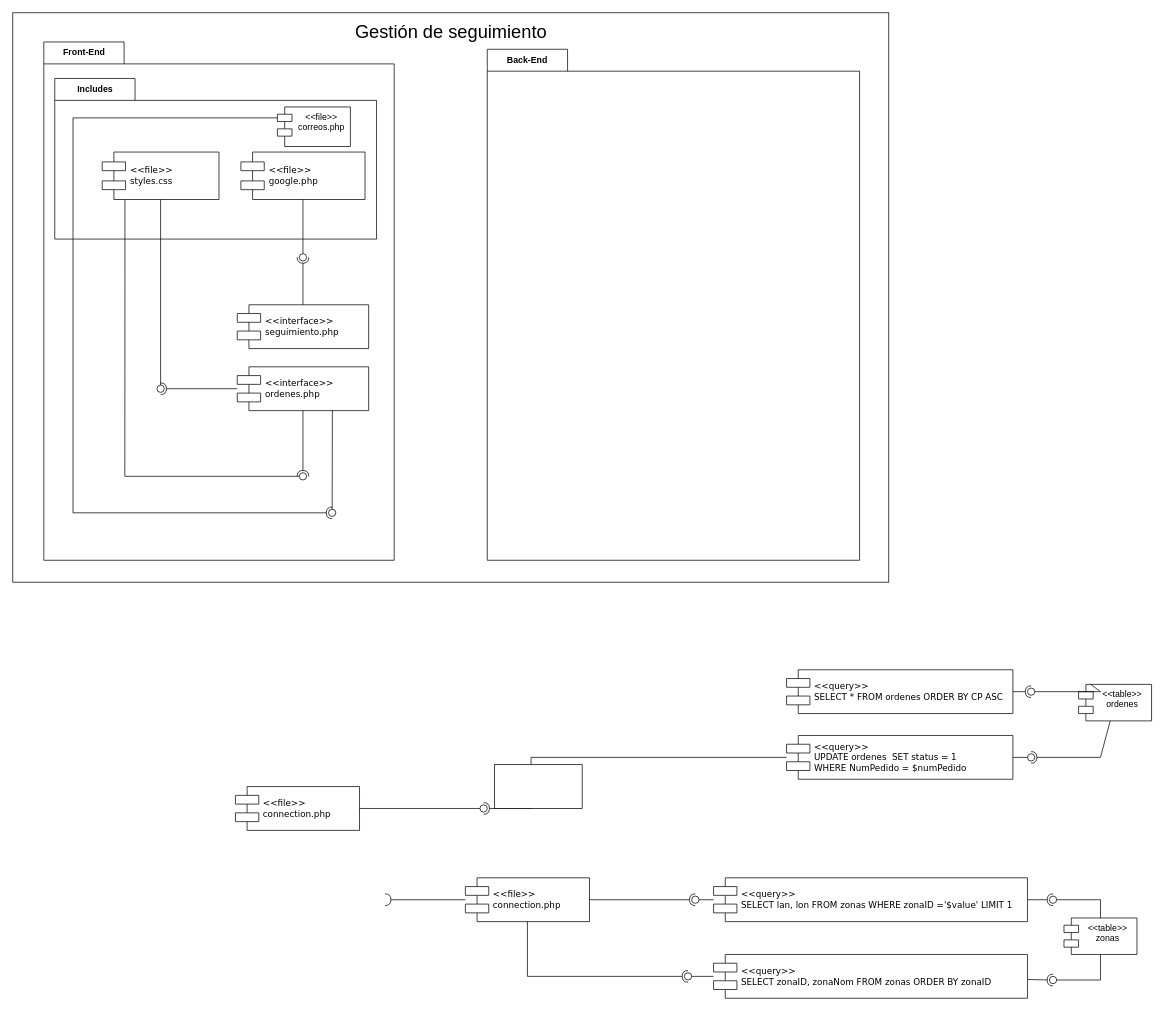
This is Diagramas/DiagramaComponentes.drawio from JorgeADnro/Torres, a draw.io file, before an edit. Source tidied: cells renumbered, new cells numbered last; positions are measured from the earlier drawing's top-left corner, leaving out a move shared by most shapes. Both pictures are drawn from the tidied source at 73%, with x=0, y=0 at pixel (12, 12).
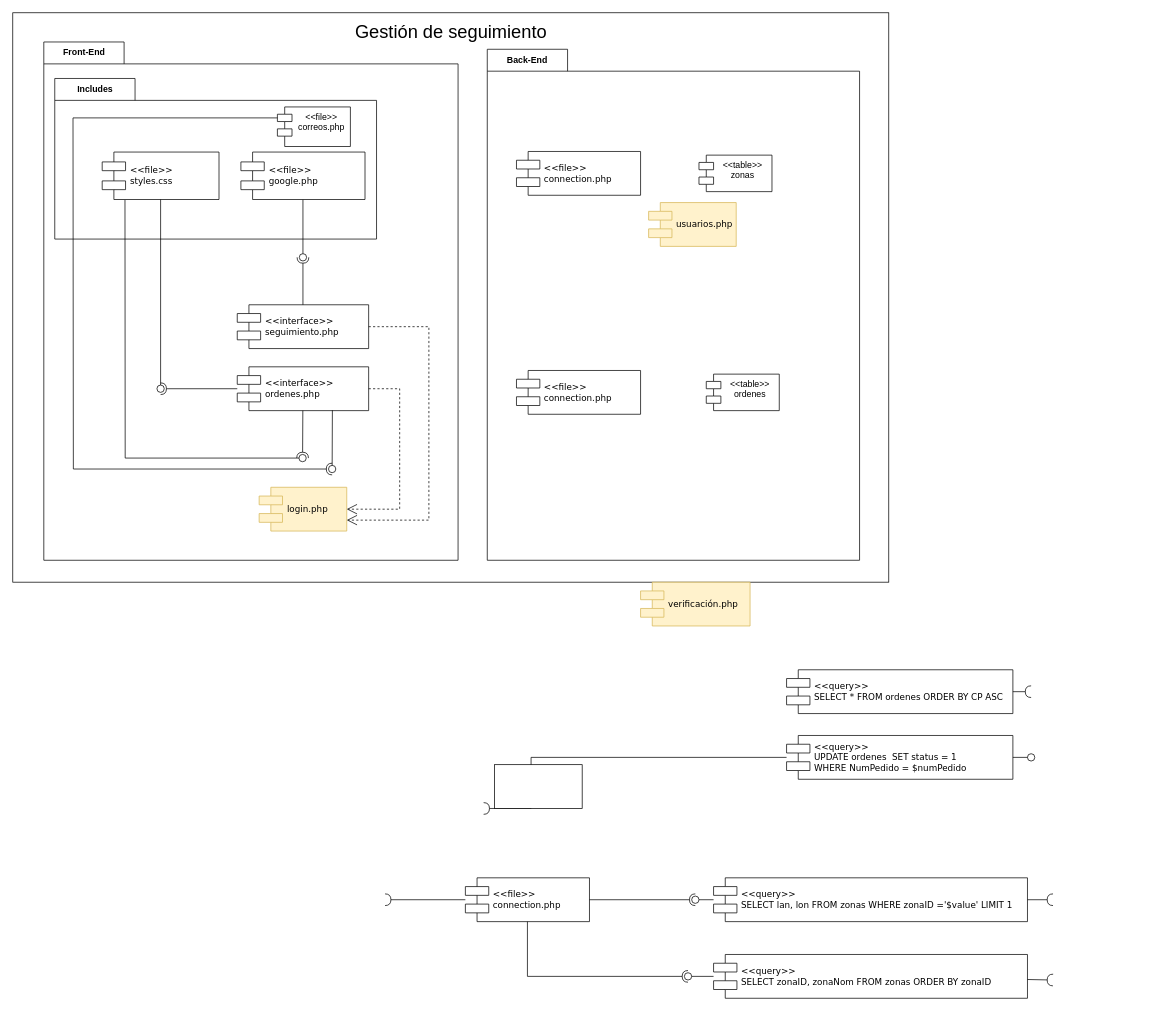
The same page after the edit.

Unchanged cells that the change refers to:
```xml
<mxCell id="15" style="ellipse;whiteSpace=wrap;html=1;align=center;fillColor=none;strokeColor=none;perimeter=centerPerimeter;points=[];outlineConnect=1;" parent="1" vertex="1">
  <mxGeometry x="640" y="1085" width="10" height="10" as="geometry" />
</mxCell>
<mxCell id="19" style="ellipse;whiteSpace=wrap;html=1;align=center;fillColor=none;strokeColor=none;perimeter=centerPerimeter;points=[];outlineConnect=1;" parent="1" vertex="1">
  <mxGeometry x="1390" y="1015" width="10" height="10" as="geometry" />
</mxCell>
<mxCell id="22" style="ellipse;whiteSpace=wrap;html=1;align=center;fillColor=none;strokeColor=none;perimeter=centerPerimeter;points=[];outlineConnect=1;" parent="1" vertex="1">
  <mxGeometry x="1390" y="925" width="10" height="10" as="geometry" />
</mxCell>
<mxCell id="38" style="ellipse;whiteSpace=wrap;html=1;align=center;fillColor=none;strokeColor=none;perimeter=centerPerimeter;points=[];outlineConnect=1;" parent="1" vertex="1">
  <mxGeometry x="1420" y="1210" width="10" height="10" as="geometry" />
</mxCell>
<mxCell id="41" style="ellipse;whiteSpace=wrap;html=1;align=center;fillColor=none;strokeColor=none;perimeter=centerPerimeter;points=[];outlineConnect=1;" parent="1" vertex="1">
  <mxGeometry x="1420" y="1320" width="10" height="10" as="geometry" />
</mxCell>
<mxCell id="46" value="&amp;lt;&amp;lt;interface&amp;gt;&amp;gt;&lt;br&gt;ordenes.php" style="shape=component;align=left;spacingLeft=36;rounded=0;shadow=0;comic=0;labelBackgroundColor=none;strokeWidth=1;fontFamily=Verdana;fontSize=12;html=1;" parent="1" vertex="1">
  <mxGeometry x="307.5" y="485" width="180" height="60" as="geometry" />
</mxCell>
<mxCell id="48" value="&amp;lt;&amp;lt;interface&amp;gt;&amp;gt;&lt;br&gt;seguimiento.php" style="shape=component;align=left;spacingLeft=36;rounded=0;shadow=0;comic=0;labelBackgroundColor=none;strokeWidth=1;fontFamily=Verdana;fontSize=12;html=1;" parent="1" vertex="1">
  <mxGeometry x="307.5" y="400" width="180" height="60" as="geometry" />
</mxCell>
<mxCell id="52" style="ellipse;whiteSpace=wrap;html=1;align=center;fillColor=none;strokeColor=none;perimeter=centerPerimeter;points=[];outlineConnect=1;" parent="1" vertex="1">
  <mxGeometry x="392.5" y="630" width="10" height="10" as="geometry" />
</mxCell>
<mxCell id="54" style="ellipse;whiteSpace=wrap;html=1;align=center;fillColor=none;strokeColor=none;perimeter=centerPerimeter;points=[];outlineConnect=1;" parent="1" vertex="1">
  <mxGeometry x="392.5" y="330" width="10" height="10" as="geometry" />
</mxCell>
<mxCell id="57" value="&amp;lt;&amp;lt;file&amp;gt;&amp;gt;&lt;br&gt;styles.css" style="shape=component;align=left;spacingLeft=36;rounded=0;shadow=0;comic=0;labelBackgroundColor=none;strokeWidth=1;fontFamily=Verdana;fontSize=12;html=1;" parent="1" vertex="1">
  <mxGeometry x="122.5" y="190.8" width="160" height="65" as="geometry" />
</mxCell>
<mxCell id="60" value="&amp;lt;&amp;lt;file&amp;gt;&amp;gt;&lt;br&gt;correos.php" style="shape=module;align=left;spacingLeft=20;align=center;verticalAlign=top;whiteSpace=wrap;html=1;" parent="1" vertex="1">
  <mxGeometry x="362.5" y="129" width="100" height="54.2" as="geometry" />
</mxCell>
<mxCell id="64" value="Back-End" style="shape=folder;fontStyle=1;tabWidth=110;tabHeight=30;tabPosition=left;html=1;boundedLbl=1;labelInHeader=1;whiteSpace=wrap;" parent="1" vertex="1">
  <mxGeometry x="650" y="50" width="510" height="700" as="geometry" />
</mxCell>
```

What changed in the source:
```diff
@@
-    <mxCell id="6" value="&amp;lt;&amp;lt;file&amp;gt;&amp;gt;&lt;br&gt;connection.php" style="shape=component;align=left;spacingLeft=36;rounded=0;shadow=0;comic=0;labelBackgroundColor=none;strokeWidth=1;fontFamily=Verdana;fontSize=12;html=1;" parent="1" vertex="1">
-      <mxGeometry x="305" y="1060" width="170" height="60" as="geometry" />
-    </mxCell>
@@
-    <mxCell id="14" style="rounded=0;jettySize=auto;html=1;endArrow=oval;endFill=0;sketch=0;sourcePerimeterSpacing=0;targetPerimeterSpacing=0;endSize=10;" parent="1" edge="1" source="6" target="15">
-      <mxGeometry relative="1" as="geometry" />
-    </mxCell>
@@
-    <mxCell id="16" value="&amp;lt;&amp;lt;table&amp;gt;&amp;gt;&lt;br&gt;ordenes&lt;br&gt;" style="shape=module;align=left;spacingLeft=20;align=center;verticalAlign=top;whiteSpace=wrap;html=1;" parent="1" vertex="1">
-      <mxGeometry x="1460" y="920" width="100" height="50" as="geometry" />
-    </mxCell>
-    <mxCell id="17" style="rounded=0;jettySize=auto;html=1;endArrow=halfCircle;endFill=0;endSize=6;strokeWidth=1;sketch=0;" parent="1" edge="1" source="16" target="19">
-      <mxGeometry relative="1" as="geometry">
-        <Array as="points">
-          <mxPoint x="1490" y="1020" />
-        </Array>
-      </mxGeometry>
-    </mxCell>
@@
-    <mxCell id="21" style="rounded=0;jettySize=auto;html=1;endArrow=oval;endFill=0;sketch=0;sourcePerimeterSpacing=0;targetPerimeterSpacing=0;endSize=10;" parent="1" edge="1" source="16" target="22">
-      <mxGeometry relative="1" as="geometry">
-        <Array as="points">
-          <mxPoint x="1490" y="930" />
-        </Array>
-      </mxGeometry>
-    </mxCell>
@@
-    <mxCell id="29" value="&amp;lt;&amp;lt;table&amp;gt;&amp;gt;&lt;br&gt;zonas" style="shape=module;align=left;spacingLeft=20;align=center;verticalAlign=top;whiteSpace=wrap;html=1;" parent="1" vertex="1">
-      <mxGeometry x="1440" y="1240" width="100" height="50" as="geometry" />
-    </mxCell>
@@
-    <mxCell id="37" style="rounded=0;jettySize=auto;html=1;endArrow=oval;endFill=0;sketch=0;sourcePerimeterSpacing=0;targetPerimeterSpacing=0;endSize=10;" parent="1" edge="1" source="29" target="38">
-      <mxGeometry relative="1" as="geometry">
-        <Array as="points">
-          <mxPoint x="1490" y="1215" />
-        </Array>
-      </mxGeometry>
-    </mxCell>
@@
-    <mxCell id="40" style="rounded=0;jettySize=auto;html=1;endArrow=oval;endFill=0;sketch=0;sourcePerimeterSpacing=0;targetPerimeterSpacing=0;endSize=10;" parent="1" edge="1" source="29" target="41">
-      <mxGeometry relative="1" as="geometry">
-        <Array as="points">
-          <mxPoint x="1490" y="1325" />
-        </Array>
-      </mxGeometry>
-    </mxCell>
@@
     <mxCell id="44" value="Front-End" style="shape=folder;fontStyle=1;tabWidth=110;tabHeight=30;tabPosition=left;html=1;boundedLbl=1;labelInHeader=1;whiteSpace=wrap;" parent="1" vertex="1">
-      <mxGeometry x="42.5" y="40" width="480" height="710" as="geometry" />
+      <mxGeometry x="42.5" y="40" width="567.5" height="710" as="geometry" />
     </mxCell>
@@
-    <mxCell id="51" style="rounded=0;jettySize=auto;html=1;endArrow=halfCircle;endFill=0;endSize=6;strokeWidth=1;sketch=0;" parent="1" edge="1" source="46" target="52">
-      <mxGeometry relative="1" as="geometry" />
+    <mxCell id="51" style="rounded=0;jettySize=auto;html=1;endArrow=halfCircle;endFill=0;endSize=6;strokeWidth=1;sketch=0;" parent="1" edge="1" source="46">
+      <mxGeometry relative="1" as="geometry">
+        <mxPoint x="397" y="610" as="targetPoint" />
+      </mxGeometry>
     </mxCell>
@@
     <mxCell id="56" style="ellipse;whiteSpace=wrap;html=1;align=center;fillColor=none;strokeColor=none;perimeter=centerPerimeter;points=[];outlineConnect=1;" parent="1" vertex="1">
-      <mxGeometry x="432.5" y="680" width="10" height="10" as="geometry" />
+      <mxGeometry x="432.5" y="620" width="10" height="10" as="geometry" />
     </mxCell>
@@
-    <mxCell id="59" style="rounded=0;jettySize=auto;html=1;endArrow=oval;endFill=0;sketch=0;sourcePerimeterSpacing=0;targetPerimeterSpacing=0;endSize=10;exitX=0.195;exitY=1.009;exitDx=0;exitDy=0;exitPerimeter=0;" parent="1" edge="1" source="57" target="52">
+    <mxCell id="59" style="rounded=0;jettySize=auto;html=1;endArrow=oval;endFill=0;sketch=0;sourcePerimeterSpacing=0;targetPerimeterSpacing=0;endSize=10;exitX=0.195;exitY=1.009;exitDx=0;exitDy=0;exitPerimeter=0;" parent="1" edge="1" source="57">
       <mxGeometry relative="1" as="geometry">
+        <mxPoint x="397" y="610" as="targetPoint" />
         <Array as="points">
-          <mxPoint x="153.5" y="635" />
+          <mxPoint x="154" y="610" />
         </Array>
       </mxGeometry>
     </mxCell>
@@
-    <mxCell id="61" style="rounded=0;jettySize=auto;html=1;endArrow=halfCircle;endFill=0;endSize=6;strokeWidth=1;sketch=0;exitX=0;exitY=0;exitDx=0;exitDy=15;exitPerimeter=0;" parent="1" edge="1" source="60" target="56">
+    <mxCell id="61" style="rounded=0;jettySize=auto;html=1;endArrow=halfCircle;endFill=0;endSize=6;strokeWidth=1;sketch=0;exitX=0;exitY=0;exitDx=0;exitDy=15;exitPerimeter=0;entryX=0.463;entryY=-0.238;entryDx=0;entryDy=0;entryPerimeter=0;" parent="1" edge="1" source="60" target="56">
       <mxGeometry relative="1" as="geometry">
         <Array as="points">
           <mxPoint x="82.5" y="144" />
-          <mxPoint x="82.5" y="685" />
+          <mxPoint x="83" y="625" />
         </Array>
       </mxGeometry>
     </mxCell>
-    <mxCell id="62" value="&amp;lt;&amp;lt;file&amp;gt;&amp;gt;&lt;br&gt;google.php" style="shape=component;align=left;spacingLeft=36;rounded=0;shadow=0;comic=0;labelBackgroundColor=none;strokeWidth=1;fontFamily=Verdana;fontSize=12;html=1;" parent="1" vertex="1">
-      <mxGeometry x="312.5" y="190.8" width="170" height="65" as="geometry" />
-    </mxCell>
-    <mxCell id="63" style="rounded=0;jettySize=auto;html=1;endArrow=oval;endFill=0;sketch=0;sourcePerimeterSpacing=0;targetPerimeterSpacing=0;endSize=10;" parent="1" edge="1" source="62" target="54">
-      <mxGeometry relative="1" as="geometry" />
-    </mxCell>
@@
+    <mxCell id="6" value="&amp;lt;&amp;lt;file&amp;gt;&amp;gt;&lt;br&gt;connection.php" style="shape=component;align=left;spacingLeft=36;rounded=0;shadow=0;comic=0;labelBackgroundColor=none;strokeWidth=1;fontFamily=Verdana;fontSize=12;html=1;" parent="64" vertex="1">
+      <mxGeometry x="40" y="140" width="170" height="60" as="geometry" />
+    </mxCell>
+    <mxCell id="16" value="&amp;lt;&amp;lt;table&amp;gt;&amp;gt;&lt;br&gt;ordenes&lt;br&gt;" style="shape=module;align=left;spacingLeft=20;align=center;verticalAlign=top;whiteSpace=wrap;html=1;" parent="64" vertex="1">
+      <mxGeometry x="300" y="445" width="100" height="50" as="geometry" />
+    </mxCell>
+    <mxCell id="29" value="&amp;lt;&amp;lt;table&amp;gt;&amp;gt;&lt;br&gt;zonas" style="shape=module;align=left;spacingLeft=20;align=center;verticalAlign=top;whiteSpace=wrap;html=1;" parent="64" vertex="1">
+      <mxGeometry x="290" y="145" width="100" height="50" as="geometry" />
+    </mxCell>
+    <mxCell id="66" value="&amp;lt;&amp;lt;file&amp;gt;&amp;gt;&lt;br&gt;connection.php" style="shape=component;align=left;spacingLeft=36;rounded=0;shadow=0;comic=0;labelBackgroundColor=none;strokeWidth=1;fontFamily=Verdana;fontSize=12;html=1;" parent="64" vertex="1">
+      <mxGeometry x="40" y="440" width="170" height="60" as="geometry" />
+    </mxCell>
+    <mxCell id="63" style="rounded=0;jettySize=auto;html=1;endArrow=oval;endFill=0;sketch=0;sourcePerimeterSpacing=0;targetPerimeterSpacing=0;endSize=10;" parent="1" edge="1" source="62" target="54">
+      <mxGeometry relative="1" as="geometry" />
+    </mxCell>
+    <mxCell id="62" value="&amp;lt;&amp;lt;file&amp;gt;&amp;gt;&lt;br&gt;google.php" style="shape=component;align=left;spacingLeft=36;rounded=0;shadow=0;comic=0;labelBackgroundColor=none;strokeWidth=1;fontFamily=Verdana;fontSize=12;html=1;" parent="1" vertex="1">
+      <mxGeometry x="312.5" y="190.8" width="170" height="65" as="geometry" />
+    </mxCell>
+    <mxCell id="67" value="login.php" style="shape=component;align=left;spacingLeft=36;rounded=0;shadow=0;comic=0;labelBackgroundColor=none;strokeWidth=1;fontFamily=Verdana;fontSize=12;html=1;fillColor=#fff2cc;strokeColor=#d6b656;" parent="1" vertex="1">
+      <mxGeometry x="337.5" y="650" width="120" height="60" as="geometry" />
+    </mxCell>
+    <mxCell id="68" value="verificación.php" style="shape=component;align=left;spacingLeft=36;rounded=0;shadow=0;comic=0;labelBackgroundColor=none;strokeWidth=1;fontFamily=Verdana;fontSize=12;html=1;fillColor=#fff2cc;strokeColor=#d6b656;" parent="1" vertex="1">
+      <mxGeometry x="860" y="780" width="150" height="60" as="geometry" />
+    </mxCell>
+    <mxCell id="69" value="usuarios.php" style="shape=component;align=left;spacingLeft=36;rounded=0;shadow=0;comic=0;labelBackgroundColor=none;strokeWidth=1;fontFamily=Verdana;fontSize=12;html=1;fillColor=#fff2cc;strokeColor=#d6b656;" parent="1" vertex="1">
+      <mxGeometry x="871" y="260" width="120" height="60" as="geometry" />
+    </mxCell>
+    <mxCell id="70" value="&lt;br&gt;" style="endArrow=open;endSize=12;dashed=1;html=1;rounded=0;" parent="1" edge="1" source="46" target="67">
+      <mxGeometry relative="1" as="geometry">
+        <Array as="points">
+          <mxPoint x="530" y="515" />
+          <mxPoint x="530" y="680" />
+        </Array>
+      </mxGeometry>
+    </mxCell>
+    <mxCell id="71" value="&lt;br&gt;" style="endArrow=open;endSize=12;dashed=1;html=1;rounded=0;fontStyle=1;entryX=1;entryY=0.75;entryDx=0;entryDy=0;" parent="1" edge="1" source="48" target="67">
+      <mxGeometry relative="1" as="geometry">
+        <Array as="points">
+          <mxPoint x="570" y="430" />
+          <mxPoint x="570" y="695" />
+        </Array>
+      </mxGeometry>
+    </mxCell>
```
